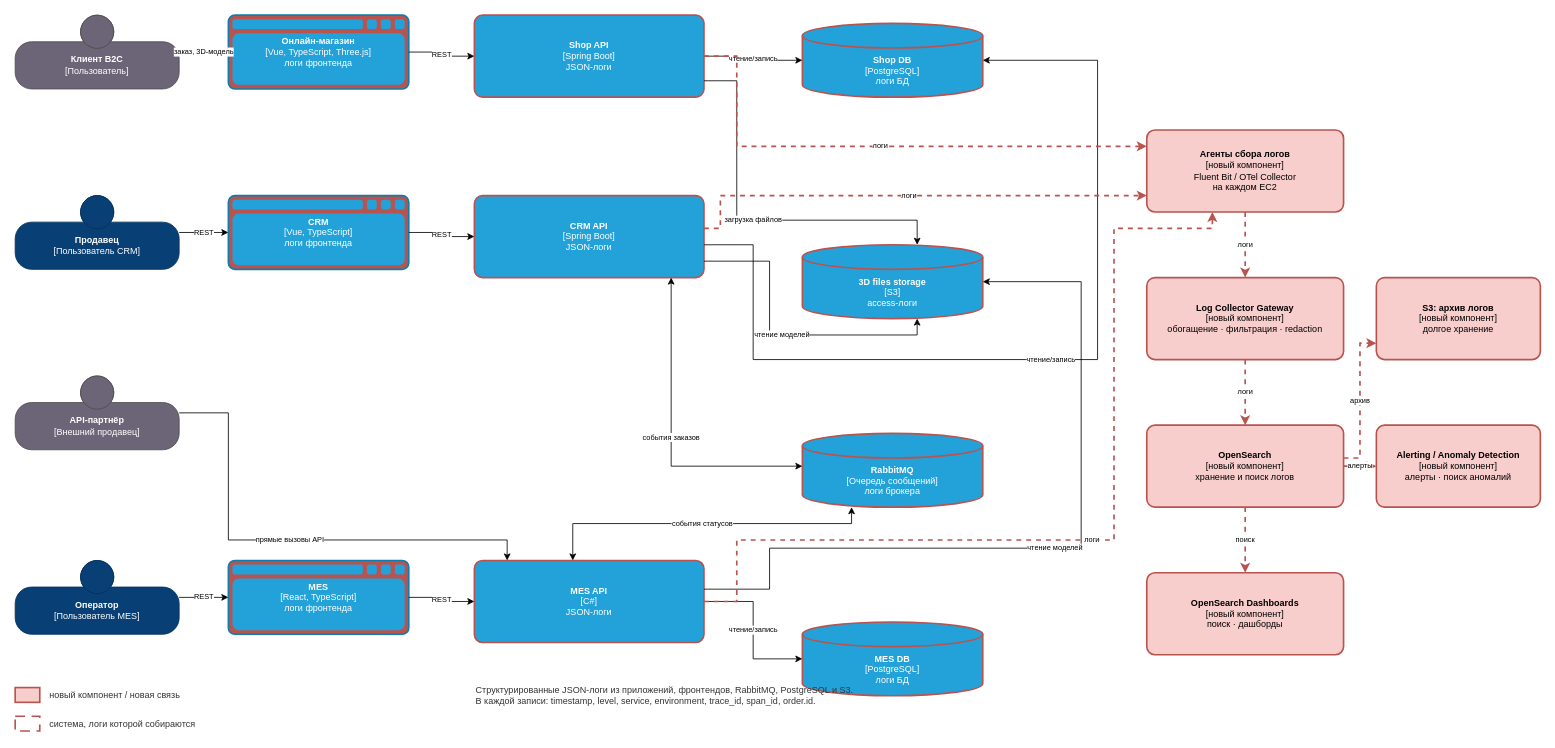
Earlier version of the draw.io diagram Task4/C4-логирование.drawio (sgzachesov/architecture-alexandrite). Source tidied: cells renumbered, new cells numbered last; positions are measured from the earlier drawing's top-left corner, leaving out a move shared by most shapes. Both pictures are drawn from the tidied source at 82%, with x=0, y=0 at pixel (15, 15).
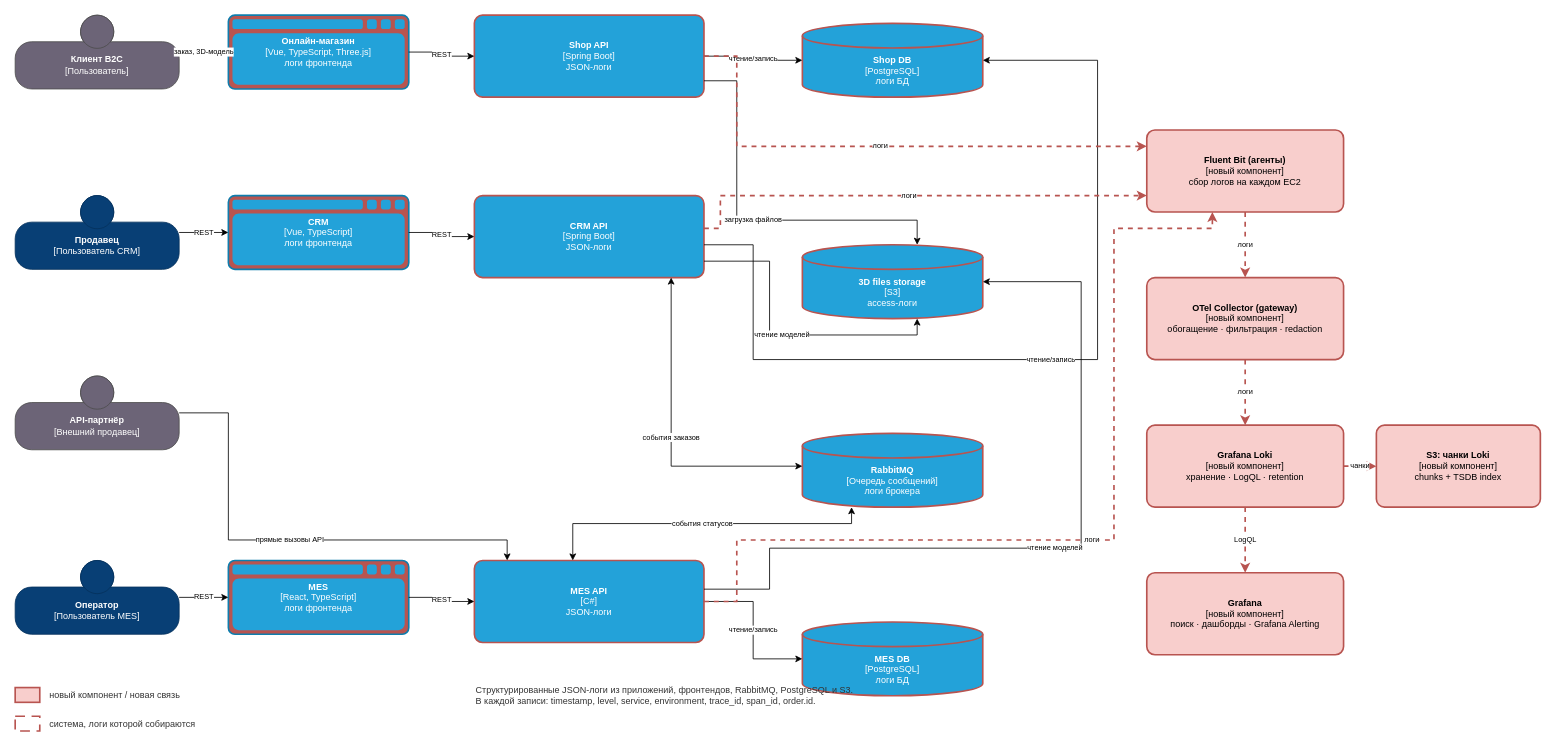
The same diagram, later.

Commit message (it also covers changes not shown here):
Задание 4: перевести логирование на Loki и Grafana

Diff of the diagram source:
```diff
@@
-    <mxCell id="16" value="&lt;b&gt;Агенты сбора логов&lt;/b&gt;&lt;br&gt;[новый компонент]&lt;br&gt;Fluent Bit / OTel Collector&lt;br&gt;на каждом EC2" style="rounded=1;whiteSpace=wrap;html=1;fillColor=#F8CECC;strokeColor=#B85450;strokeWidth=2;fontColor=#000000;fontSize=11;align=center;arcSize=10;" parent="1" vertex="1">
+    <mxCell id="16" value="&lt;b&gt;Fluent Bit (агенты)&lt;/b&gt;&lt;br&gt;[новый компонент]&lt;br&gt;сбор логов на каждом EC2" style="rounded=1;whiteSpace=wrap;html=1;fillColor=#F8CECC;strokeColor=#B85450;strokeWidth=2;fontColor=#000000;fontSize=11;align=center;arcSize=10;" parent="1" vertex="1">
       <mxGeometry x="1380" y="140" width="240" height="100" as="geometry" />
     </mxCell>
-    <mxCell id="17" value="&lt;b&gt;Log Collector Gateway&lt;/b&gt;&lt;br&gt;[новый компонент]&lt;br&gt;обогащение · фильтрация · redaction" style="rounded=1;whiteSpace=wrap;html=1;fillColor=#F8CECC;strokeColor=#B85450;strokeWidth=2;fontColor=#000000;fontSize=11;align=center;arcSize=10;" parent="1" vertex="1">
+    <mxCell id="17" value="&lt;b&gt;OTel Collector (gateway)&lt;/b&gt;&lt;br&gt;[новый компонент]&lt;br&gt;обогащение · фильтрация · redaction" style="rounded=1;whiteSpace=wrap;html=1;fillColor=#F8CECC;strokeColor=#B85450;strokeWidth=2;fontColor=#000000;fontSize=11;align=center;arcSize=10;" parent="1" vertex="1">
       <mxGeometry x="1380" y="320" width="240" height="100" as="geometry" />
     </mxCell>
-    <mxCell id="18" value="&lt;b&gt;OpenSearch&lt;/b&gt;&lt;br&gt;[новый компонент]&lt;br&gt;хранение и поиск логов" style="rounded=1;whiteSpace=wrap;html=1;fillColor=#F8CECC;strokeColor=#B85450;strokeWidth=2;fontColor=#000000;fontSize=11;align=center;arcSize=10;" parent="1" vertex="1">
-      <mxGeometry x="1380" y="500" width="240" height="100" as="geometry" />
-    </mxCell>
-    <mxCell id="19" value="&lt;b&gt;OpenSearch Dashboards&lt;/b&gt;&lt;br&gt;[новый компонент]&lt;br&gt;поиск · дашборды" style="rounded=1;whiteSpace=wrap;html=1;fillColor=#F8CECC;strokeColor=#B85450;strokeWidth=2;fontColor=#000000;fontSize=11;align=center;arcSize=10;" parent="1" vertex="1">
-      <mxGeometry x="1380" y="680" width="240" height="100" as="geometry" />
-    </mxCell>
-    <mxCell id="20" value="&lt;b&gt;Alerting / Anomaly Detection&lt;/b&gt;&lt;br&gt;[новый компонент]&lt;br&gt;алерты · поиск аномалий" style="rounded=1;whiteSpace=wrap;html=1;fillColor=#F8CECC;strokeColor=#B85450;strokeWidth=2;fontColor=#000000;fontSize=11;align=center;arcSize=10;" parent="1" vertex="1">
-      <mxGeometry x="1660" y="500" width="200" height="100" as="geometry" />
-    </mxCell>
-    <mxCell id="21" value="&lt;b&gt;S3: архив логов&lt;/b&gt;&lt;br&gt;[новый компонент]&lt;br&gt;долгое хранение" style="rounded=1;whiteSpace=wrap;html=1;fillColor=#F8CECC;strokeColor=#B85450;strokeWidth=2;fontColor=#000000;fontSize=11;align=center;arcSize=10;" parent="1" vertex="1">
-      <mxGeometry x="1660" y="320" width="200" height="100" as="geometry" />
-    </mxCell>
+    <mxCell id="50" value="&lt;b&gt;Grafana Loki&lt;/b&gt;&lt;br&gt;[новый компонент]&lt;br&gt;хранение · LogQL · retention" style="rounded=1;whiteSpace=wrap;html=1;fillColor=#F8CECC;strokeColor=#B85450;strokeWidth=2;fontColor=#000000;fontSize=11;align=center;arcSize=10;" parent="1" vertex="1">
+      <mxGeometry x="1380" y="500" width="240" height="100" as="geometry" />
+    </mxCell>
+    <mxCell id="51" value="&lt;b&gt;Grafana&lt;/b&gt;&lt;br&gt;[новый компонент]&lt;br&gt;поиск · дашборды · Grafana Alerting" style="rounded=1;whiteSpace=wrap;html=1;fillColor=#F8CECC;strokeColor=#B85450;strokeWidth=2;fontColor=#000000;fontSize=11;align=center;arcSize=10;" parent="1" vertex="1">
+      <mxGeometry x="1380" y="680" width="240" height="100" as="geometry" />
+    </mxCell>
+    <mxCell id="52" value="&lt;b&gt;S3: чанки Loki&lt;/b&gt;&lt;br&gt;[новый компонент]&lt;br&gt;chunks + TSDB index" style="rounded=1;whiteSpace=wrap;html=1;fillColor=#F8CECC;strokeColor=#B85450;strokeWidth=2;fontColor=#000000;fontSize=11;align=center;arcSize=10;" parent="1" vertex="1">
+      <mxGeometry x="1660" y="500" width="200" height="100" as="geometry" />
+    </mxCell>
@@
-    <mxCell id="46" value="логи" style="edgeStyle=orthogonalEdgeStyle;rounded=0;jettySize=auto;html=1;endArrow=classic;endFill=1;fontSize=9;strokeColor=#B85450;strokeWidth=2;dashed=1;" parent="1" edge="1" source="17" target="18">
+    <mxCell id="46" value="логи" style="edgeStyle=orthogonalEdgeStyle;rounded=0;jettySize=auto;html=1;endArrow=classic;endFill=1;fontSize=9;strokeColor=#B85450;strokeWidth=2;dashed=1;" parent="1" edge="1" source="17" target="50">
       <mxGeometry relative="1" as="geometry" />
     </mxCell>
-    <mxCell id="47" value="поиск" style="edgeStyle=orthogonalEdgeStyle;rounded=0;jettySize=auto;html=1;endArrow=classic;endFill=1;fontSize=9;strokeColor=#B85450;strokeWidth=2;dashed=1;" parent="1" edge="1" source="18" target="19">
+    <mxCell id="47" value="LogQL" style="edgeStyle=orthogonalEdgeStyle;rounded=0;jettySize=auto;html=1;endArrow=classic;endFill=1;fontSize=9;strokeColor=#B85450;strokeWidth=2;dashed=1;" parent="1" edge="1" source="50" target="51">
       <mxGeometry relative="1" as="geometry" />
     </mxCell>
-    <mxCell id="48" value="алерты" style="edgeStyle=orthogonalEdgeStyle;rounded=0;jettySize=auto;html=1;endArrow=classic;endFill=1;fontSize=9;strokeColor=#B85450;strokeWidth=2;dashed=1;" parent="1" edge="1" source="18" target="20">
+    <mxCell id="48" value="чанки" style="edgeStyle=orthogonalEdgeStyle;rounded=0;jettySize=auto;html=1;endArrow=classic;endFill=1;fontSize=9;strokeColor=#B85450;strokeWidth=2;dashed=1;" parent="1" edge="1" source="50" target="52">
       <mxGeometry relative="1" as="geometry" />
     </mxCell>
-    <mxCell id="49" value="архив" style="edgeStyle=orthogonalEdgeStyle;rounded=0;jettySize=auto;html=1;endArrow=classic;endFill=1;fontSize=9;strokeColor=#B85450;strokeWidth=2;dashed=1;" parent="1" edge="1" source="18" target="21">
-      <mxGeometry relative="1" as="geometry">
-        <Array as="points">
-          <mxPoint x="1640" y="540" />
-          <mxPoint x="1640" y="400" />
-        </Array>
-      </mxGeometry>
-    </mxCell>
```
